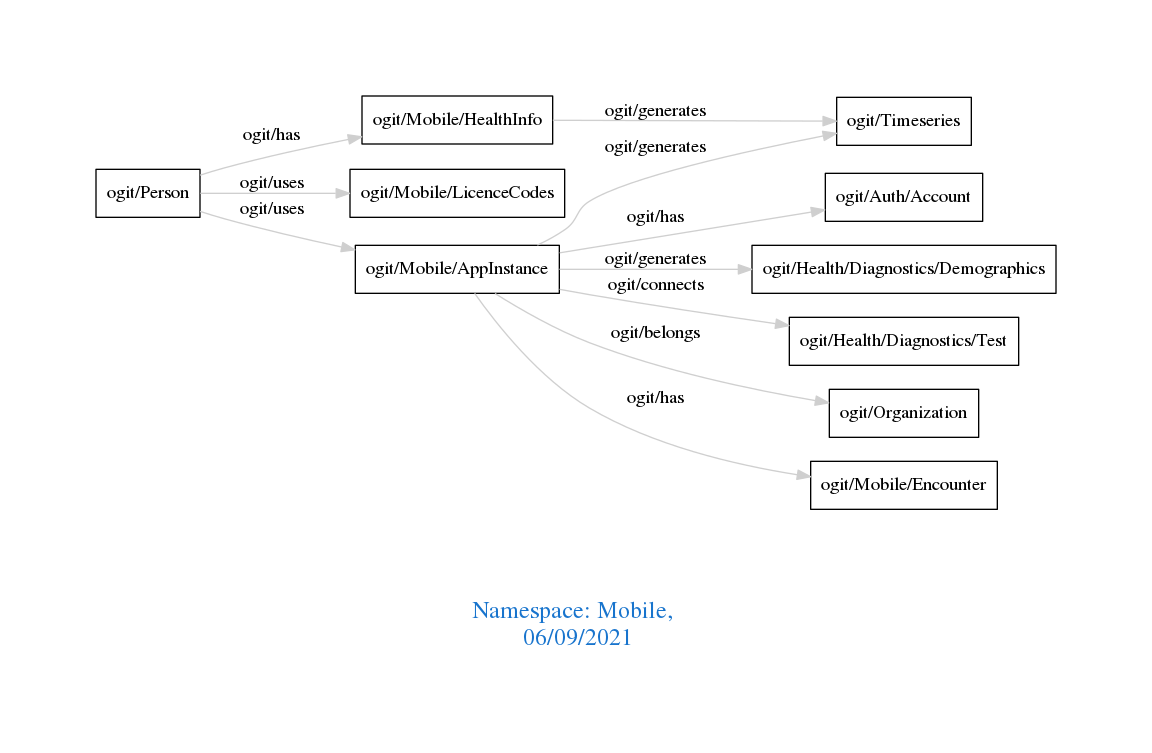
arago/OGIT keeps this Graphviz diagram as downloads/Mobile.png. Above is the earlier version. Its source is kept beside it as downloads/Mobile.dot.
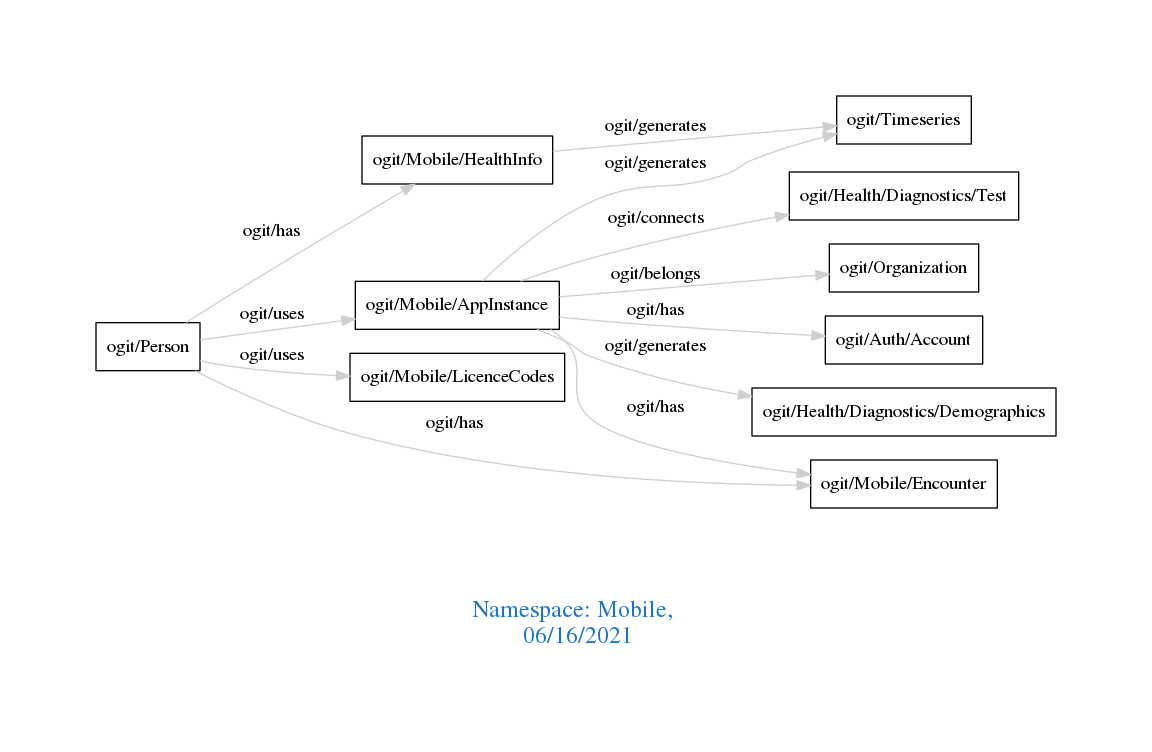
After the change.

Change to the diagram source:
```diff
@@ -1,7 +1,7 @@
 digraph OGIT_ontology {
  graph [ rankdir= LR,pad=1
 fontsize = 18,
-fontcolor= dodgerblue3,label = "\n\n\nNamespace: Mobile, \n 06/09/2021"];
+fontcolor= dodgerblue3,label = "\n\n\nNamespace: Mobile, \n 06/16/2021"];
 node[shape=polygon];
 edge [  color="gray81"];
 
@@ -15,4 +15,5 @@
    "ogit/Mobile/AppInstance" -> "ogit/Mobile/Encounter" [label="   ogit/has    "];
    "ogit/Mobile/AppInstance" -> "ogit/Auth/Account" [label="   ogit/has    "];
    "ogit/Person" -> "ogit/Mobile/HealthInfo" [label="   ogit/has    "];
+   "ogit/Person" -> "ogit/Mobile/Encounter" [label="   ogit/has    "];
 }
```
